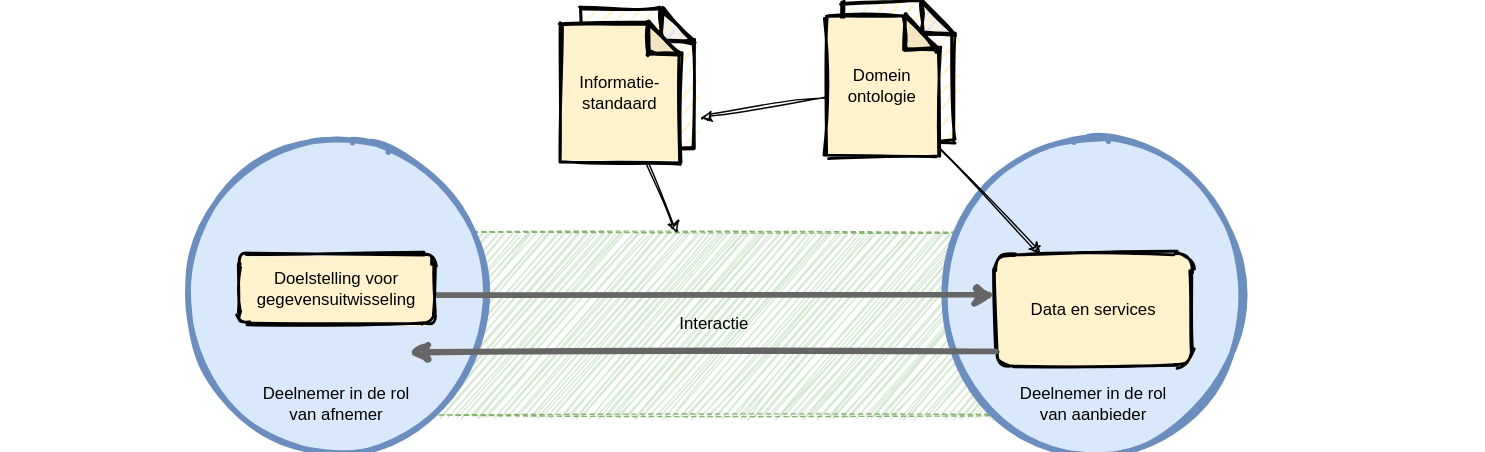
dizra/docs keeps this draw.io diagram as .gitbook/assets/system/exchange.svg. Above is the earlier version. Source tidied: cells renumbered, new cells last; positions are measured from the earlier drawing's top-left corner, leaving out a move shared by most shapes. Its diagram source:
```xml
<mxGraphModel>
  <root>
    <mxCell id="0" />
    <mxCell id="1" parent="0" />
    <mxCell id="2" value="Interactie" style="rounded=0;whiteSpace=wrap;html=1;fillColor=#d5e8d4;strokeColor=#82b366;dashed=1;fontSize=12;sketch=1;" parent="1" vertex="1">
      <mxGeometry x="260" y="165" width="500" height="130" as="geometry" />
    </mxCell>
    <mxCell id="3" value="Deelnemer in de rol &lt;br&gt;van afnemer" style="ellipse;whiteSpace=wrap;html=1;fillColor=#dae8fc;strokeWidth=4;verticalAlign=bottom;spacingBottom=16;fontSize=12;sketch=1;strokeColor=#6c8ebf;fillStyle=solid;" parent="1" vertex="1">
      <mxGeometry x="130" y="100" width="220" height="220" as="geometry" />
    </mxCell>
    <mxCell id="4" value="Stelsel-standaard" style="shape=note;whiteSpace=wrap;html=1;backgroundOutline=1;darkOpacity=0.05;strokeColor=#000000;strokeWidth=2;fillColor=#FFF2CC;fontSize=12;size=23;sketch=1;" parent="1" vertex="1">
      <mxGeometry x="415" y="5" width="80" height="100" as="geometry" />
    </mxCell>
    <mxCell id="5" value="Informatie- standaard" style="shape=note;whiteSpace=wrap;html=1;backgroundOutline=1;darkOpacity=0.05;strokeColor=#000000;strokeWidth=2;fillColor=#FFF2CC;fontSize=12;size=22;sketch=1;fillStyle=solid;" parent="1" vertex="1">
      <mxGeometry x="400" y="15" width="85" height="100" as="geometry" />
    </mxCell>
    <mxCell id="6" value="Domein ontologie" style="shape=note;whiteSpace=wrap;html=1;backgroundOutline=1;darkOpacity=0.05;strokeColor=#000000;strokeWidth=2;fillColor=#FFF2CC;fontSize=12;size=23;sketch=1;" parent="1" vertex="1">
      <mxGeometry x="601" width="80" height="100" as="geometry" />
    </mxCell>
    <mxCell id="7" value="Deelnemer in de rol &lt;br&gt;van aanbieder" style="ellipse;whiteSpace=wrap;html=1;fillColor=#dae8fc;strokeWidth=4;verticalAlign=bottom;spacingBottom=16;fontSize=12;sketch=1;strokeColor=#6c8ebf;fillStyle=solid;" parent="1" vertex="1">
      <mxGeometry x="671" y="100" width="220" height="220" as="geometry" />
    </mxCell>
    <mxCell id="8" value="Domein ontologie" style="shape=note;whiteSpace=wrap;html=1;backgroundOutline=1;darkOpacity=0.05;strokeColor=#000000;strokeWidth=2;fillColor=#FFF2CC;fontSize=12;size=24;sketch=1;fillStyle=solid;" parent="1" vertex="1">
      <mxGeometry x="590" y="10" width="80" height="100" as="geometry" />
    </mxCell>
    <mxCell id="9" style="endArrow=classic;html=1;strokeWidth=1;fontSize=12;sketch=1;" parent="1" edge="1" source="5" target="2">
      <mxGeometry relative="1" as="geometry" />
    </mxCell>
    <mxCell id="10" value="Data en services" style="rounded=1;whiteSpace=wrap;html=1;strokeColor=#000000;strokeWidth=2;fontSize=12;fillColor=#FFF2CC;sketch=1;fillStyle=solid;" parent="1" vertex="1">
      <mxGeometry x="711" y="180" width="140" height="80" as="geometry" />
    </mxCell>
    <mxCell id="11" style="endArrow=classic;html=1;strokeWidth=4;fontSize=12;strokeColor=#666666;sketch=1;" parent="1" edge="1">
      <mxGeometry relative="1" as="geometry">
        <mxPoint x="300.5" y="209.5" as="sourcePoint" />
        <mxPoint x="711" y="209.5" as="targetPoint" />
      </mxGeometry>
    </mxCell>
    <mxCell id="12" style="endArrow=classic;html=1;strokeWidth=4;fontSize=12;strokeColor=#666666;sketch=1;" parent="1" edge="1">
      <mxGeometry relative="1" as="geometry">
        <mxPoint x="711" y="250" as="sourcePoint" />
        <mxPoint x="291" y="250" as="targetPoint" />
      </mxGeometry>
    </mxCell>
    <mxCell id="13" style="endArrow=classic;html=1;strokeWidth=1;fontSize=12;sketch=1;" parent="1" edge="1" source="8" target="10">
      <mxGeometry relative="1" as="geometry" />
    </mxCell>
    <mxCell id="14" value="Doelstelling voor gegevensuitwisseling" style="rounded=1;whiteSpace=wrap;html=1;strokeColor=#000000;strokeWidth=2;fontSize=12;fillColor=#FFF2CC;sketch=1;fillStyle=solid;" parent="1" vertex="1">
      <mxGeometry x="170" y="180" width="140" height="50" as="geometry" />
    </mxCell>
    <mxCell id="15" style="rounded=0;whiteSpace=wrap;html=1;fillColor=none;strokeColor=none;" parent="1" vertex="1">
      <mxGeometry y="225" width="1060" height="60" as="geometry" />
    </mxCell>
    <mxCell id="16" style="endArrow=classic;html=1;strokeWidth=1;fontSize=12;sketch=1;" parent="1" edge="1" source="8">
      <mxGeometry relative="1" as="geometry">
        <mxPoint x="500" y="83" as="targetPoint" />
      </mxGeometry>
    </mxCell>
  </root>
</mxGraphModel>
```
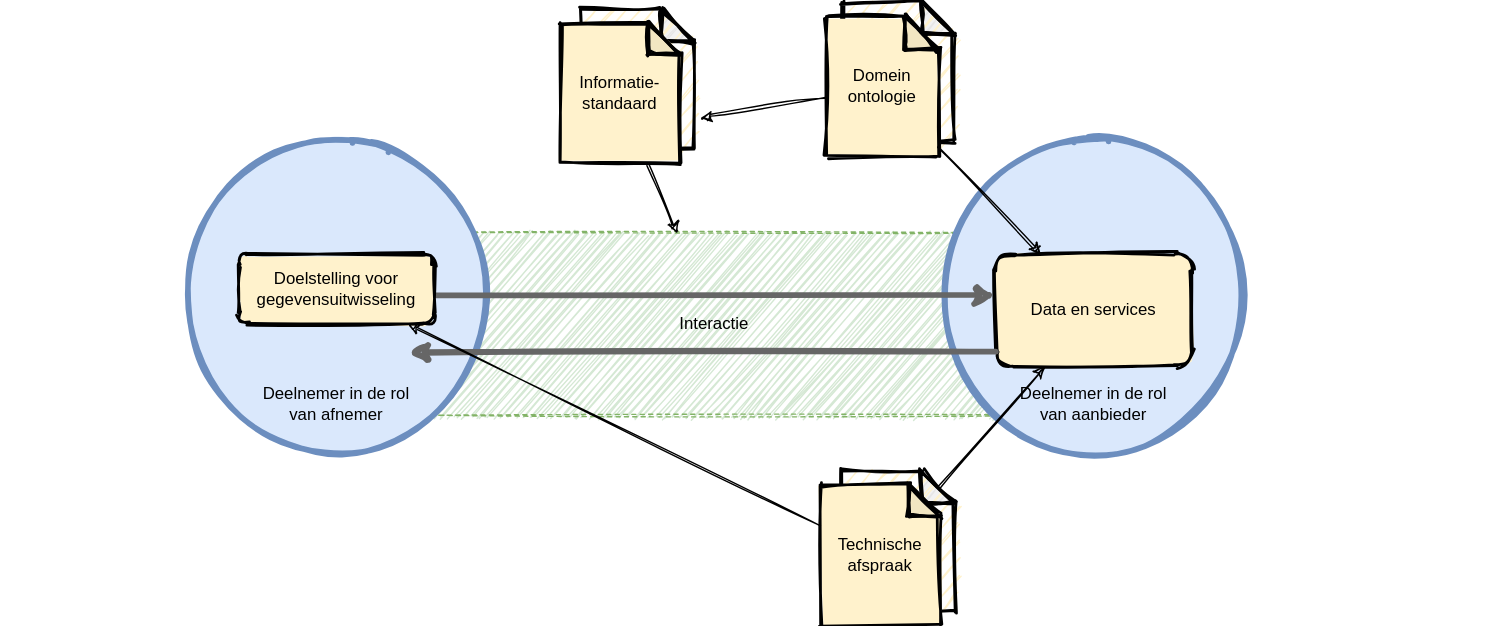
After the change.

Change to the diagram source:
```diff
@@ -55,5 +55,17 @@
         <mxPoint x="500" y="83" as="targetPoint" />
       </mxGeometry>
     </mxCell>
+    <mxCell id="17" value="Stelsel-standaard" style="shape=note;whiteSpace=wrap;html=1;backgroundOutline=1;darkOpacity=0.05;strokeColor=#000000;strokeWidth=2;fillColor=#FFF2CC;fontSize=12;size=23;sketch=1;" parent="1" vertex="1">
+      <mxGeometry x="601" y="335" width="80" height="100" as="geometry" />
+    </mxCell>
+    <mxCell id="18" value="Technische afspraak" style="shape=note;whiteSpace=wrap;html=1;backgroundOutline=1;darkOpacity=0.05;strokeColor=#000000;strokeWidth=2;fillColor=#FFF2CC;fontSize=12;size=22;sketch=1;fillStyle=solid;" parent="1" vertex="1">
+      <mxGeometry x="586" y="345" width="85" height="100" as="geometry" />
+    </mxCell>
+    <mxCell id="19" style="endArrow=classic;html=1;strokeWidth=1;fontSize=12;sketch=1;exitX=0;exitY=0;exitDx=68.5;exitDy=11.5;exitPerimeter=0;" parent="1" edge="1" source="17" target="10">
+      <mxGeometry relative="1" as="geometry" />
+    </mxCell>
+    <mxCell id="20" style="endArrow=classic;html=1;strokeWidth=1;fontSize=12;sketch=1;" parent="1" edge="1" source="18" target="14">
+      <mxGeometry relative="1" as="geometry" />
+    </mxCell>
   </root>
 </mxGraphModel>
```
